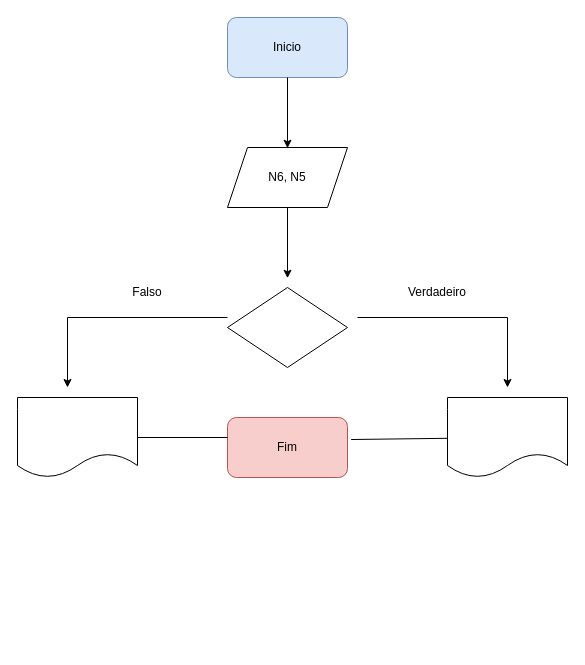
Earlier version of the draw.io diagram page "Página-4" (4 of 4) of ADO01 PI .drawio (Balduscojv/ADO-PI). Source tidied: cells renumbered, new cells numbered last; positions are measured from the earlier drawing's top-left corner, leaving out a move shared by most shapes. Both pictures are drawn from the tidied source at 100%, with x=0, y=0 at pixel (17, 17).
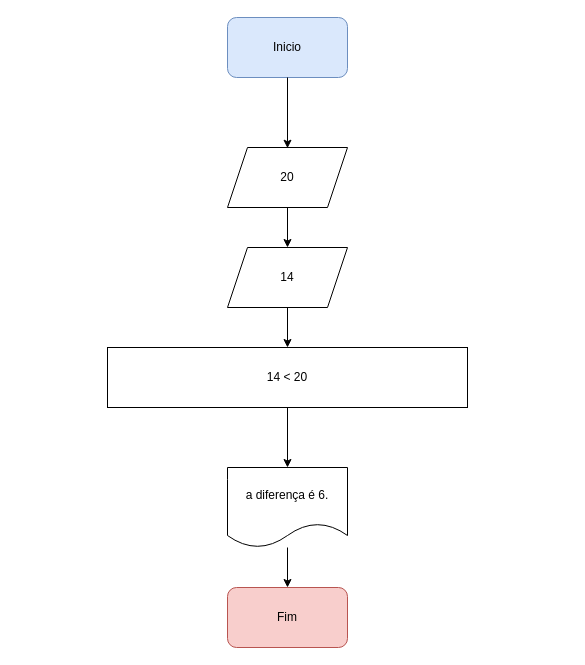
After the change.

The edit, as a diff of the source:
```diff
@@
-    <mxCell id="4" value="N6, N5" style="shape=parallelogram;perimeter=parallelogramPerimeter;whiteSpace=wrap;html=1;fixedSize=1;" parent="1" vertex="1">
+    <mxCell id="4" value="20" style="shape=parallelogram;perimeter=parallelogramPerimeter;whiteSpace=wrap;html=1;fixedSize=1;" parent="1" vertex="1">
       <mxGeometry x="210" y="130" width="120" height="60" as="geometry" />
     </mxCell>
     <mxCell id="5" style="endArrow=classic;html=1;rounded=0;" parent="1" edge="1" source="4">
       <mxGeometry relative="1" as="geometry">
-        <mxPoint x="270" y="260.7" as="targetPoint" />
+        <mxPoint x="270" y="230" as="targetPoint" />
       </mxGeometry>
     </mxCell>
-    <mxCell id="6" style="endArrow=classic;html=1;rounded=0;" parent="1" edge="1">
-      <mxGeometry relative="1" as="geometry">
-        <mxPoint x="210" y="300" as="sourcePoint" />
-        <mxPoint x="50" y="370" as="targetPoint" />
-        <Array as="points">
-          <mxPoint x="50" y="300" />
-        </Array>
-      </mxGeometry>
-    </mxCell>
-    <mxCell id="7" value="Falso" style="text;html=1;strokeColor=none;fillColor=none;align=center;verticalAlign=middle;whiteSpace=wrap;rounded=0;" parent="1" vertex="1">
-      <mxGeometry x="100" y="260" width="60" height="30" as="geometry" />
-    </mxCell>
-    <mxCell id="8" style="endArrow=classic;html=1;rounded=0;" parent="1" edge="1">
-      <mxGeometry relative="1" as="geometry">
-        <mxPoint x="340" y="300" as="sourcePoint" />
-        <mxPoint x="490" y="370" as="targetPoint" />
-        <Array as="points">
-          <mxPoint x="490" y="300" />
-        </Array>
-      </mxGeometry>
-    </mxCell>
-    <mxCell id="9" value="Verdadeiro" style="text;html=1;strokeColor=none;fillColor=none;align=center;verticalAlign=middle;whiteSpace=wrap;rounded=0;" parent="1" vertex="1">
-      <mxGeometry x="390" y="260" width="60" height="30" as="geometry" />
-    </mxCell>
     <mxCell id="10" value="Fim" style="rounded=1;whiteSpace=wrap;html=1;fillColor=#f8cecc;strokeColor=#b85450;" parent="1" vertex="1">
-      <mxGeometry x="210" y="400" width="120" height="60" as="geometry" />
+      <mxGeometry x="210" y="570" width="120" height="60" as="geometry" />
     </mxCell>
-    <mxCell id="11" style="endArrow=none;html=1;rounded=0;" parent="1" edge="1">
-      <mxGeometry relative="1" as="geometry">
-        <mxPoint x="110" y="420" as="sourcePoint" />
-        <mxPoint x="210" y="420" as="targetPoint" />
-      </mxGeometry>
-    </mxCell>
-    <mxCell id="12" style="endArrow=none;html=1;rounded=0;entryX=1.03;entryY=0.367;entryDx=0;entryDy=0;entryPerimeter=0;" parent="1" edge="1" target="10">
-      <mxGeometry relative="1" as="geometry">
-        <mxPoint x="430" y="420.8" as="sourcePoint" />
-      </mxGeometry>
-    </mxCell>
-    <mxCell id="13" style="rhombus;whiteSpace=wrap;html=1;" parent="1" vertex="1">
-      <mxGeometry x="210" y="270" width="120" height="80" as="geometry" />
-    </mxCell>
-    <mxCell id="14" style="shape=document;whiteSpace=wrap;html=1;boundedLbl=1;" parent="1" vertex="1">
-      <mxGeometry y="380" width="120" height="80" as="geometry" />
-    </mxCell>
+    <mxCell id="16" style="edgeStyle=orthogonalEdgeStyle;rounded=0;jettySize=auto;html=1;" parent="1" edge="1" source="15" target="10">
+      <mxGeometry relative="1" as="geometry" />
+    </mxCell>
-    <mxCell id="15" style="shape=document;whiteSpace=wrap;html=1;boundedLbl=1;" parent="1" vertex="1">
-      <mxGeometry x="430" y="380" width="120" height="80" as="geometry" />
+    <mxCell id="15" value="a diferença é 6." style="shape=document;whiteSpace=wrap;html=1;boundedLbl=1;" parent="1" vertex="1">
+      <mxGeometry x="210" y="450" width="120" height="80" as="geometry" />
     </mxCell>
+    <mxCell id="17" style="edgeStyle=orthogonalEdgeStyle;rounded=0;jettySize=auto;html=1;" parent="1" edge="1" source="18" target="20">
+      <mxGeometry relative="1" as="geometry" />
+    </mxCell>
+    <mxCell id="18" value="14" style="shape=parallelogram;perimeter=parallelogramPerimeter;whiteSpace=wrap;html=1;fixedSize=1;" parent="1" vertex="1">
+      <mxGeometry x="210" y="230" width="120" height="60" as="geometry" />
+    </mxCell>
+    <mxCell id="19" style="edgeStyle=orthogonalEdgeStyle;rounded=0;jettySize=auto;html=1;" parent="1" edge="1" source="20" target="15">
+      <mxGeometry relative="1" as="geometry" />
+    </mxCell>
+    <mxCell id="20" value="14 &amp;lt; 20" style="rounded=0;whiteSpace=wrap;html=1;" parent="1" vertex="1">
+      <mxGeometry x="90" y="330" width="360" height="60" as="geometry" />
+    </mxCell>
```
